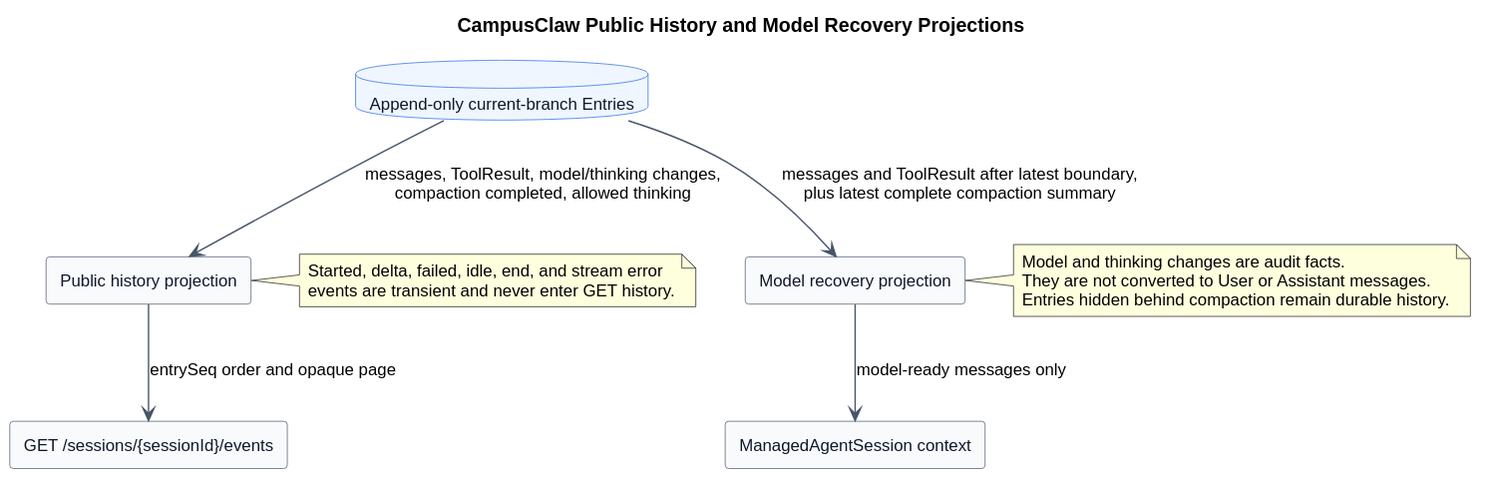
ssm0808/pi-mono-java-design keeps this PlantUML diagram as pi-mono-java-manager-driven-multi-agent-runtime/diagrams/session-events/http_session_event_list.svg. Above is the earlier version.
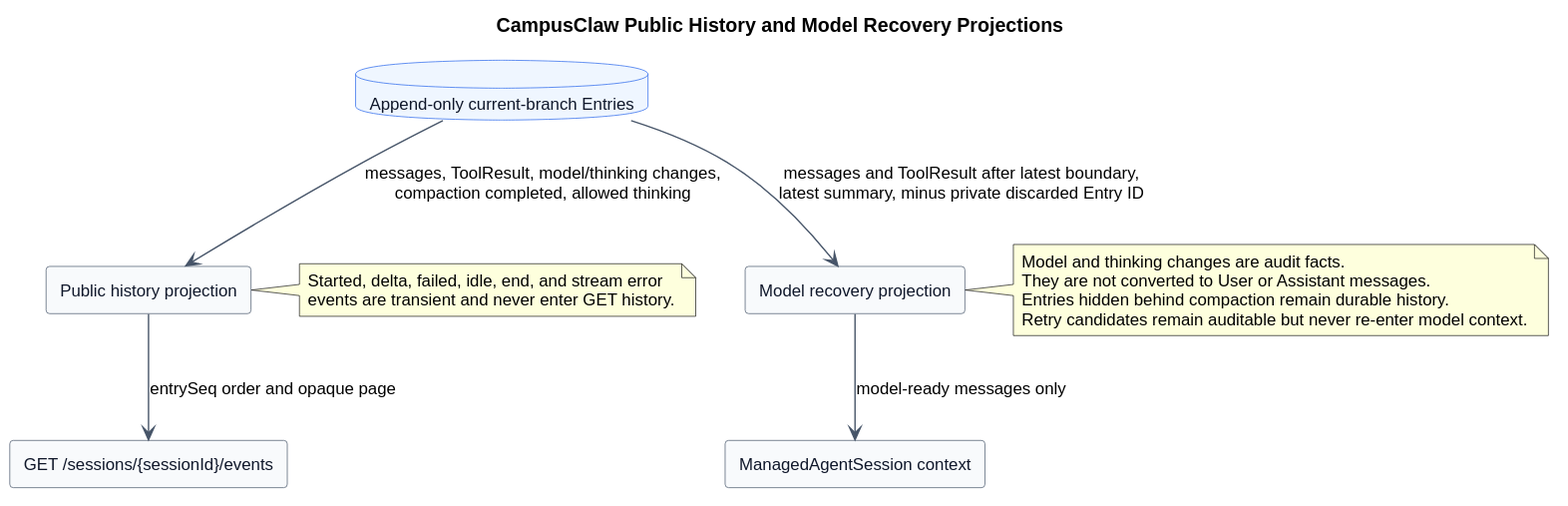
After the change.

The edit, as a diff of the source:
```diff
@@ -27,7 +27,7 @@
 Entries --> Public : messages, ToolResult, model/thinking changes,\ncompaction completed, allowed thinking
 Public --> GetEvents : entrySeq order and opaque page
 
-Entries --> Recovery : messages and ToolResult after latest boundary,\nplus latest complete compaction summary
+Entries --> Recovery : messages and ToolResult after latest boundary,\nlatest summary, minus private discarded Entry ID
 Recovery --> Context : model-ready messages only
 
 note right of Public
@@ -39,5 +39,6 @@
 Model and thinking changes are audit facts.
 They are not converted to User or Assistant messages.
 Entries hidden behind compaction remain durable history.
+Retry candidates remain auditable but never re-enter model context.
 end note
 @enduml
```
